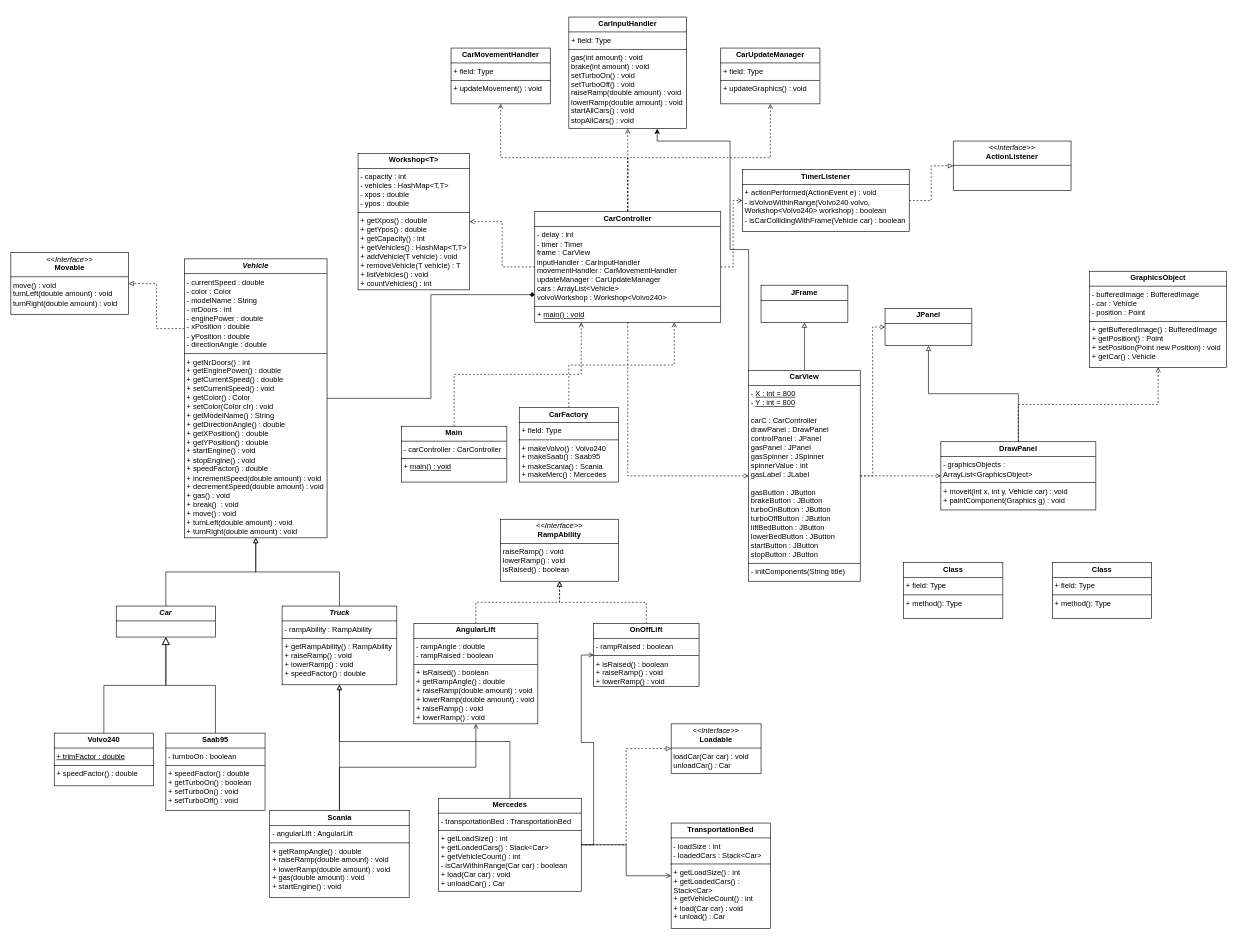
This is UMLdiagram-new.drawio from kankodakoda/lab3, a draw.io file, before an edit. Source tidied: cells renumbered, new cells numbered last; positions are measured from the earlier drawing's top-left corner, leaving out a move shared by most shapes. Both pictures are drawn from the tidied source at 62%, with x=0, y=0 at pixel (11, 17).
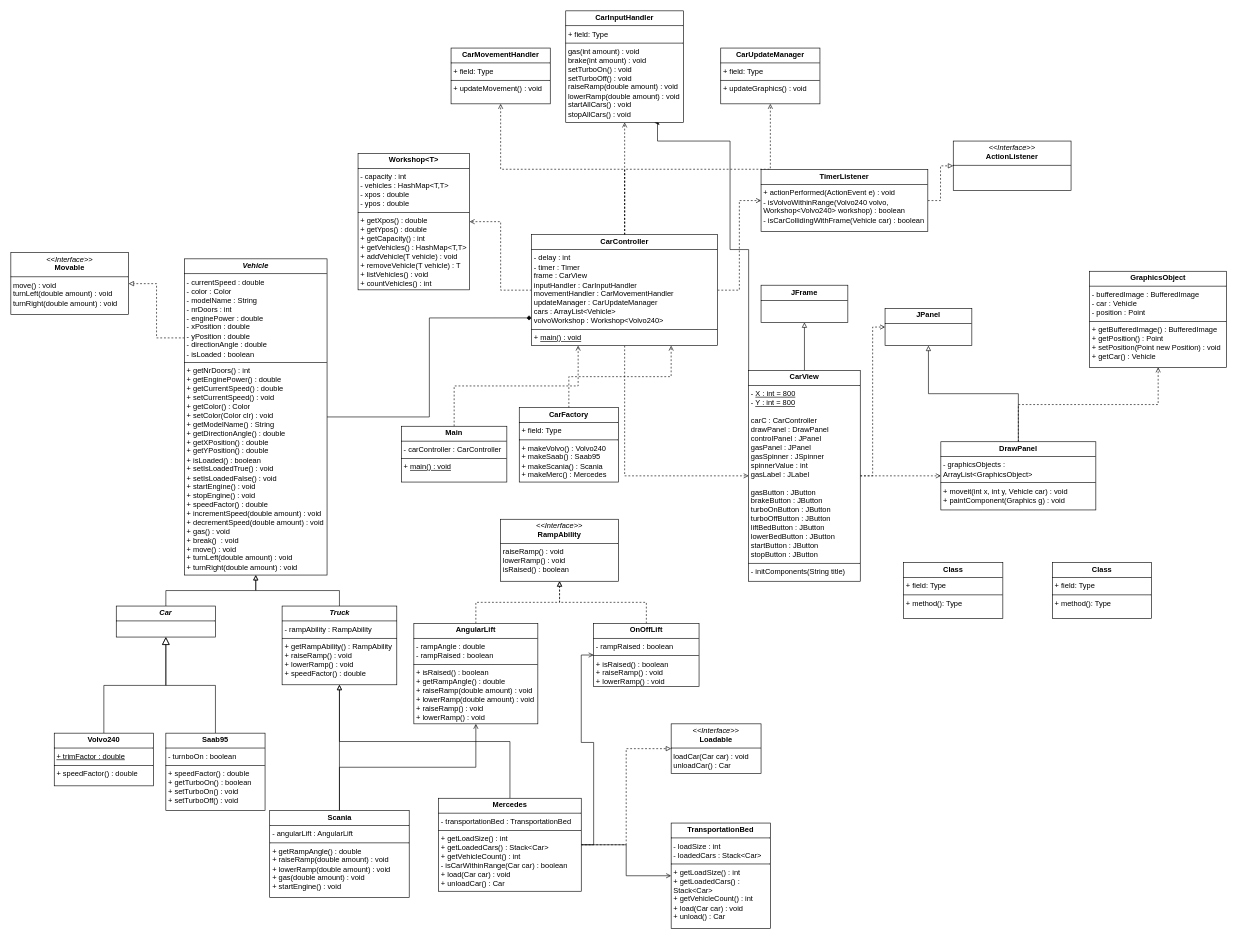
The same diagram, later.

Commit message (it also covers changes not shown here):
Add isLoaded attribute to Vehicles

Change to the diagram source:
```diff
@@
-    <mxCell id="25" value="&lt;p style=&quot;margin:0px;margin-top:4px;text-align:center;&quot;&gt;&lt;b&gt;&lt;i&gt;Vehicle&lt;/i&gt;&lt;/b&gt;&lt;/p&gt;&lt;hr size=&quot;1&quot; style=&quot;border-style:solid;&quot;&gt;&lt;p style=&quot;margin:0px;margin-left:4px;&quot;&gt;&lt;span style=&quot;text-wrap: nowrap;&quot;&gt;- currentSpeed : double&lt;/span&gt;&lt;br style=&quot;padding: 0px; margin: 0px; text-wrap: nowrap;&quot;&gt;&lt;span style=&quot;text-wrap: nowrap;&quot;&gt;- color : Color&lt;/span&gt;&lt;br style=&quot;padding: 0px; margin: 0px; text-wrap: nowrap;&quot;&gt;&lt;span style=&quot;text-wrap: nowrap;&quot;&gt;- modelName : String&lt;/span&gt;&lt;br style=&quot;padding: 0px; margin: 0px; text-wrap: nowrap;&quot;&gt;&lt;span style=&quot;text-wrap: nowrap;&quot;&gt;- nrDoors : int&lt;/span&gt;&lt;br style=&quot;padding: 0px; margin: 0px; text-wrap: nowrap;&quot;&gt;&lt;span style=&quot;text-wrap: nowrap;&quot;&gt;- enginePower : double&lt;/span&gt;&lt;br style=&quot;padding: 0px; margin: 0px; text-wrap: nowrap;&quot;&gt;&lt;span style=&quot;text-wrap: nowrap;&quot;&gt;- xPosition : double&lt;/span&gt;&lt;br style=&quot;padding: 0px; margin: 0px; text-wrap: nowrap;&quot;&gt;&lt;span style=&quot;text-wrap: nowrap;&quot;&gt;- yPosition : double&lt;/span&gt;&lt;br style=&quot;padding: 0px; margin: 0px; text-wrap: nowrap;&quot;&gt;&lt;span style=&quot;text-wrap: nowrap;&quot;&gt;- directionAngle : double&lt;/span&gt;&lt;br&gt;&lt;/p&gt;&lt;hr size=&quot;1&quot; style=&quot;border-style:solid;&quot;&gt;&lt;p style=&quot;margin:0px;margin-left:4px;&quot;&gt;&lt;span style=&quot;text-wrap: nowrap;&quot;&gt;+ getNrDoors() : int&lt;/span&gt;&lt;br style=&quot;padding: 0px; margin: 0px; text-wrap: nowrap;&quot;&gt;&lt;span style=&quot;text-wrap: nowrap;&quot;&gt;+ getEnginePower() : double&lt;/span&gt;&lt;br style=&quot;padding: 0px; margin: 0px; text-wrap: nowrap;&quot;&gt;&lt;span style=&quot;text-wrap: nowrap;&quot;&gt;+ getCurrentSpeed() : double&lt;/span&gt;&lt;/p&gt;&lt;p style=&quot;margin:0px;margin-left:4px;&quot;&gt;+ setCurrentSpeed() : void&lt;br style=&quot;padding: 0px; margin: 0px; text-wrap: nowrap;&quot;&gt;&lt;span style=&quot;text-wrap: nowrap;&quot;&gt;+ getColor() : Color&lt;/span&gt;&lt;br style=&quot;padding: 0px; margin: 0px; text-wrap: nowrap;&quot;&gt;&lt;span style=&quot;text-wrap: nowrap;&quot;&gt;+ setColor(Color clr) : void&lt;/span&gt;&lt;br style=&quot;padding: 0px; margin: 0px; text-wrap: nowrap;&quot;&gt;&lt;span style=&quot;text-wrap: nowrap;&quot;&gt;+ getModelName() : String&lt;/span&gt;&lt;br style=&quot;padding: 0px; margin: 0px; text-wrap: nowrap;&quot;&gt;&lt;span style=&quot;text-wrap: nowrap;&quot;&gt;+ getDirectionAngle() : double&lt;/span&gt;&lt;br style=&quot;padding: 0px; margin: 0px; text-wrap: nowrap;&quot;&gt;&lt;span style=&quot;text-wrap: nowrap;&quot;&gt;+ getXPosition() : double&lt;/span&gt;&lt;br style=&quot;padding: 0px; margin: 0px; text-wrap: nowrap;&quot;&gt;&lt;span style=&quot;text-wrap: nowrap;&quot;&gt;+ getYPosition() : double&lt;/span&gt;&lt;br style=&quot;padding: 0px; margin: 0px; text-wrap: nowrap;&quot;&gt;&lt;span style=&quot;text-wrap: nowrap;&quot;&gt;+ startEngine() : void&lt;/span&gt;&lt;br style=&quot;padding: 0px; margin: 0px; text-wrap: nowrap;&quot;&gt;&lt;span style=&quot;text-wrap: nowrap;&quot;&gt;+ stopEngine() : void&lt;/span&gt;&lt;br style=&quot;padding: 0px; margin: 0px; text-wrap: nowrap;&quot;&gt;&lt;span style=&quot;text-wrap: nowrap;&quot;&gt;+ speedFactor() : double&lt;/span&gt;&lt;br style=&quot;padding: 0px; margin: 0px; text-wrap: nowrap;&quot;&gt;&lt;span style=&quot;text-wrap: nowrap;&quot;&gt;+ incrementSpeed(double amount) : void&lt;/span&gt;&lt;br style=&quot;padding: 0px; margin: 0px; text-wrap: nowrap;&quot;&gt;&lt;span style=&quot;text-wrap: nowrap;&quot;&gt;+ decrementSpeed(double amount) : void&lt;/span&gt;&lt;br style=&quot;padding: 0px; margin: 0px; text-wrap: nowrap;&quot;&gt;&lt;span style=&quot;text-wrap: nowrap;&quot;&gt;+ gas() : void&lt;/span&gt;&lt;br style=&quot;padding: 0px; margin: 0px; text-wrap: nowrap;&quot;&gt;&lt;span style=&quot;text-wrap: nowrap;&quot;&gt;+ break()&amp;nbsp; : void&lt;/span&gt;&lt;br style=&quot;padding: 0px; margin: 0px; text-wrap: nowrap;&quot;&gt;&lt;span style=&quot;text-wrap: nowrap;&quot;&gt;+ move() : void&lt;/span&gt;&lt;br style=&quot;padding: 0px; margin: 0px; text-wrap: nowrap;&quot;&gt;&lt;span style=&quot;text-wrap: nowrap;&quot;&gt;+ turnLeft(double amount) : void&lt;/span&gt;&lt;br style=&quot;padding: 0px; margin: 0px; text-wrap: nowrap;&quot;&gt;&lt;span style=&quot;text-wrap: nowrap;&quot;&gt;+ turnRight(double amount) : void&lt;/span&gt;&lt;br&gt;&lt;/p&gt;" style="verticalAlign=top;align=left;overflow=fill;html=1;whiteSpace=wrap;" parent="1" vertex="1">
-      <mxGeometry x="280" y="390" width="230" height="450" as="geometry" />
+    <mxCell id="25" value="&lt;p style=&quot;margin:0px;margin-top:4px;text-align:center;&quot;&gt;&lt;b&gt;&lt;i&gt;Vehicle&lt;/i&gt;&lt;/b&gt;&lt;/p&gt;&lt;hr size=&quot;1&quot; style=&quot;border-style:solid;&quot;&gt;&lt;p style=&quot;margin:0px;margin-left:4px;&quot;&gt;&lt;span style=&quot;text-wrap: nowrap;&quot;&gt;- currentSpeed : double&lt;/span&gt;&lt;br style=&quot;padding: 0px; margin: 0px; text-wrap: nowrap;&quot;&gt;&lt;span style=&quot;text-wrap: nowrap;&quot;&gt;- color : Color&lt;/span&gt;&lt;br style=&quot;padding: 0px; margin: 0px; text-wrap: nowrap;&quot;&gt;&lt;span style=&quot;text-wrap: nowrap;&quot;&gt;- modelName : String&lt;/span&gt;&lt;br style=&quot;padding: 0px; margin: 0px; text-wrap: nowrap;&quot;&gt;&lt;span style=&quot;text-wrap: nowrap;&quot;&gt;- nrDoors : int&lt;/span&gt;&lt;br style=&quot;padding: 0px; margin: 0px; text-wrap: nowrap;&quot;&gt;&lt;span style=&quot;text-wrap: nowrap;&quot;&gt;- enginePower : double&lt;/span&gt;&lt;br style=&quot;padding: 0px; margin: 0px; text-wrap: nowrap;&quot;&gt;&lt;span style=&quot;text-wrap: nowrap;&quot;&gt;- xPosition : double&lt;/span&gt;&lt;br style=&quot;padding: 0px; margin: 0px; text-wrap: nowrap;&quot;&gt;&lt;span style=&quot;text-wrap: nowrap;&quot;&gt;- yPosition : double&lt;/span&gt;&lt;br style=&quot;padding: 0px; margin: 0px; text-wrap: nowrap;&quot;&gt;&lt;span style=&quot;text-wrap: nowrap;&quot;&gt;- directionAngle : double&lt;/span&gt;&lt;br&gt;&lt;/p&gt;&lt;p style=&quot;margin:0px;margin-left:4px;&quot;&gt;&lt;span style=&quot;text-wrap: nowrap;&quot;&gt;- isLoaded : boolean&lt;/span&gt;&lt;/p&gt;&lt;hr size=&quot;1&quot; style=&quot;border-style:solid;&quot;&gt;&lt;p style=&quot;margin:0px;margin-left:4px;&quot;&gt;&lt;span style=&quot;text-wrap: nowrap;&quot;&gt;+ getNrDoors() : int&lt;/span&gt;&lt;br style=&quot;padding: 0px; margin: 0px; text-wrap: nowrap;&quot;&gt;&lt;span style=&quot;text-wrap: nowrap;&quot;&gt;+ getEnginePower() : double&lt;/span&gt;&lt;br style=&quot;padding: 0px; margin: 0px; text-wrap: nowrap;&quot;&gt;&lt;span style=&quot;text-wrap: nowrap;&quot;&gt;+ getCurrentSpeed() : double&lt;/span&gt;&lt;/p&gt;&lt;p style=&quot;margin:0px;margin-left:4px;&quot;&gt;+ setCurrentSpeed() : void&lt;br style=&quot;padding: 0px; margin: 0px; text-wrap: nowrap;&quot;&gt;&lt;span style=&quot;text-wrap: nowrap;&quot;&gt;+ getColor() : Color&lt;/span&gt;&lt;br style=&quot;padding: 0px; margin: 0px; text-wrap: nowrap;&quot;&gt;&lt;span style=&quot;text-wrap: nowrap;&quot;&gt;+ setColor(Color clr) : void&lt;/span&gt;&lt;br style=&quot;padding: 0px; margin: 0px; text-wrap: nowrap;&quot;&gt;&lt;span style=&quot;text-wrap: nowrap;&quot;&gt;+ getModelName() : String&lt;/span&gt;&lt;br style=&quot;padding: 0px; margin: 0px; text-wrap: nowrap;&quot;&gt;&lt;span style=&quot;text-wrap: nowrap;&quot;&gt;+ getDirectionAngle() : double&lt;/span&gt;&lt;br style=&quot;padding: 0px; margin: 0px; text-wrap: nowrap;&quot;&gt;&lt;span style=&quot;text-wrap: nowrap;&quot;&gt;+ getXPosition() : double&lt;/span&gt;&lt;br style=&quot;padding: 0px; margin: 0px; text-wrap: nowrap;&quot;&gt;&lt;span style=&quot;text-wrap: nowrap;&quot;&gt;+ getYPosition() : double&lt;/span&gt;&lt;/p&gt;&lt;p style=&quot;margin:0px;margin-left:4px;&quot;&gt;+ isLoaded() : boolean&lt;/p&gt;&lt;p style=&quot;margin:0px;margin-left:4px;&quot;&gt;+ setIsLoadedTrue() : void&lt;/p&gt;&lt;p style=&quot;margin:0px;margin-left:4px;&quot;&gt;+ setIsLoadedFalse() : void&lt;br style=&quot;padding: 0px; margin: 0px;&quot;&gt;&lt;span style=&quot;text-wrap: nowrap;&quot;&gt;+ startEngine() : void&lt;/span&gt;&lt;br style=&quot;padding: 0px; margin: 0px; text-wrap: nowrap;&quot;&gt;&lt;span style=&quot;text-wrap: nowrap;&quot;&gt;+ stopEngine() : void&lt;/span&gt;&lt;br style=&quot;padding: 0px; margin: 0px; text-wrap: nowrap;&quot;&gt;&lt;span style=&quot;text-wrap: nowrap;&quot;&gt;+ speedFactor() : double&lt;/span&gt;&lt;br style=&quot;padding: 0px; margin: 0px; text-wrap: nowrap;&quot;&gt;&lt;span style=&quot;text-wrap: nowrap;&quot;&gt;+ incrementSpeed(double amount) : void&lt;/span&gt;&lt;br style=&quot;padding: 0px; margin: 0px; text-wrap: nowrap;&quot;&gt;&lt;span style=&quot;text-wrap: nowrap;&quot;&gt;+ decrementSpeed(double amount) : void&lt;/span&gt;&lt;br style=&quot;padding: 0px; margin: 0px; text-wrap: nowrap;&quot;&gt;&lt;span style=&quot;text-wrap: nowrap;&quot;&gt;+ gas() : void&lt;/span&gt;&lt;br style=&quot;padding: 0px; margin: 0px; text-wrap: nowrap;&quot;&gt;&lt;span style=&quot;text-wrap: nowrap;&quot;&gt;+ break()&amp;nbsp; : void&lt;/span&gt;&lt;br style=&quot;padding: 0px; margin: 0px; text-wrap: nowrap;&quot;&gt;&lt;span style=&quot;text-wrap: nowrap;&quot;&gt;+ move() : void&lt;/span&gt;&lt;br style=&quot;padding: 0px; margin: 0px; text-wrap: nowrap;&quot;&gt;&lt;span style=&quot;text-wrap: nowrap;&quot;&gt;+ turnLeft(double amount) : void&lt;/span&gt;&lt;br style=&quot;padding: 0px; margin: 0px; text-wrap: nowrap;&quot;&gt;&lt;span style=&quot;text-wrap: nowrap;&quot;&gt;+ turnRight(double amount) : void&lt;/span&gt;&lt;br&gt;&lt;/p&gt;" style="verticalAlign=top;align=left;overflow=fill;html=1;whiteSpace=wrap;" parent="1" vertex="1">
+      <mxGeometry x="280" y="390" width="230" height="510" as="geometry" />
     </mxCell>
@@
     <mxCell id="36" value="&lt;p style=&quot;margin:0px;margin-top:4px;text-align:center;&quot;&gt;&lt;b&gt;CarController&lt;/b&gt;&lt;/p&gt;&lt;hr size=&quot;1&quot; style=&quot;border-style:solid;&quot;&gt;&lt;p style=&quot;margin:0px;margin-left:4px;&quot;&gt;- delay : int&lt;/p&gt;&lt;p style=&quot;margin:0px;margin-left:4px;&quot;&gt;- timer : Timer&lt;/p&gt;&lt;p style=&quot;margin:0px;margin-left:4px;&quot;&gt;frame : CarView&lt;/p&gt;&lt;p style=&quot;margin:0px;margin-left:4px;&quot;&gt;inputHandler : CarInputHandler&lt;/p&gt;&lt;p style=&quot;margin:0px;margin-left:4px;&quot;&gt;movementHandler : CarMovementHandler&lt;/p&gt;&lt;p style=&quot;margin:0px;margin-left:4px;&quot;&gt;updateManager : CarUpdateManager&lt;/p&gt;&lt;p style=&quot;margin:0px;margin-left:4px;&quot;&gt;cars : ArrayList&amp;lt;Vehicle&amp;gt;&lt;/p&gt;&lt;p style=&quot;margin:0px;margin-left:4px;&quot;&gt;volvoWorkshop : Workshop&amp;lt;Volvo240&amp;gt;&lt;/p&gt;&lt;hr size=&quot;1&quot; style=&quot;border-style:solid;&quot;&gt;&lt;p style=&quot;margin:0px;margin-left:4px;&quot;&gt;+ &lt;u&gt;main() : void&lt;/u&gt;&lt;/p&gt;&lt;p style=&quot;margin:0px;margin-left:4px;&quot;&gt;&lt;br&gt;&lt;/p&gt;" style="verticalAlign=top;align=left;overflow=fill;html=1;whiteSpace=wrap;" parent="1" vertex="1">
-      <mxGeometry x="845" y="313.5" width="300" height="179" as="geometry" />
+      <mxGeometry x="840" y="351" width="300" height="179" as="geometry" />
     </mxCell>
@@
     <mxCell id="38" value="&lt;p style=&quot;margin:0px;margin-top:4px;text-align:center;&quot;&gt;&lt;b&gt;TimerListener&lt;/b&gt;&lt;/p&gt;&lt;hr size=&quot;1&quot; style=&quot;border-style:solid;&quot;&gt;&lt;p style=&quot;margin:0px;margin-left:4px;&quot;&gt;&lt;span style=&quot;background-color: transparent; color: light-dark(rgb(0, 0, 0), rgb(255, 255, 255));&quot;&gt;+ actionPerformed(ActionEvent e) : void&lt;/span&gt;&lt;/p&gt;&lt;p style=&quot;margin:0px;margin-left:4px;&quot;&gt;- isVolvoWithinRange(Volvo240 volvo, Workshop&amp;lt;Volvo240&amp;gt; workshop) : boolean&lt;/p&gt;&lt;p style=&quot;margin:0px;margin-left:4px;&quot;&gt;- isCarCollidingWithFrame(Vehicle car) : boolean&amp;nbsp;&lt;/p&gt;" style="verticalAlign=top;align=left;overflow=fill;html=1;whiteSpace=wrap;" parent="1" vertex="1">
-      <mxGeometry x="1180" y="246" width="269" height="100" as="geometry" />
+      <mxGeometry x="1210" y="246" width="269" height="100" as="geometry" />
     </mxCell>
@@
     <mxCell id="53" value="&lt;p style=&quot;margin:0px;margin-top:4px;text-align:center;&quot;&gt;&lt;b&gt;CarInputHandler&lt;/b&gt;&lt;/p&gt;&lt;hr size=&quot;1&quot; style=&quot;border-style:solid;&quot;&gt;&lt;p style=&quot;margin:0px;margin-left:4px;&quot;&gt;+ field: Type&lt;/p&gt;&lt;hr size=&quot;1&quot; style=&quot;border-style:solid;&quot;&gt;&lt;p style=&quot;margin: 0px 0px 0px 4px;&quot;&gt;gas(int amount) : void&lt;/p&gt;&lt;p style=&quot;margin: 0px 0px 0px 4px;&quot;&gt;brake(int amount) : void&lt;/p&gt;&lt;p style=&quot;margin: 0px 0px 0px 4px;&quot;&gt;setTurboOn() : void&lt;/p&gt;&lt;p style=&quot;margin: 0px 0px 0px 4px;&quot;&gt;setTurboOff() : void&lt;/p&gt;&lt;p style=&quot;margin: 0px 0px 0px 4px;&quot;&gt;raiseRamp(double amount) : void&lt;/p&gt;&lt;p style=&quot;margin: 0px 0px 0px 4px;&quot;&gt;lowerRamp(double amount) : void&lt;/p&gt;&lt;p style=&quot;margin: 0px 0px 0px 4px;&quot;&gt;startAllCars() : void&lt;/p&gt;&lt;p style=&quot;margin: 0px 0px 0px 4px;&quot;&gt;stopAllCars() : void&amp;nbsp;&lt;/p&gt;" style="verticalAlign=top;align=left;overflow=fill;html=1;whiteSpace=wrap;" parent="1" vertex="1">
-      <mxGeometry x="900" width="190" height="180" as="geometry" />
+      <mxGeometry x="895" y="-10" width="190" height="180" as="geometry" />
     </mxCell>
```
